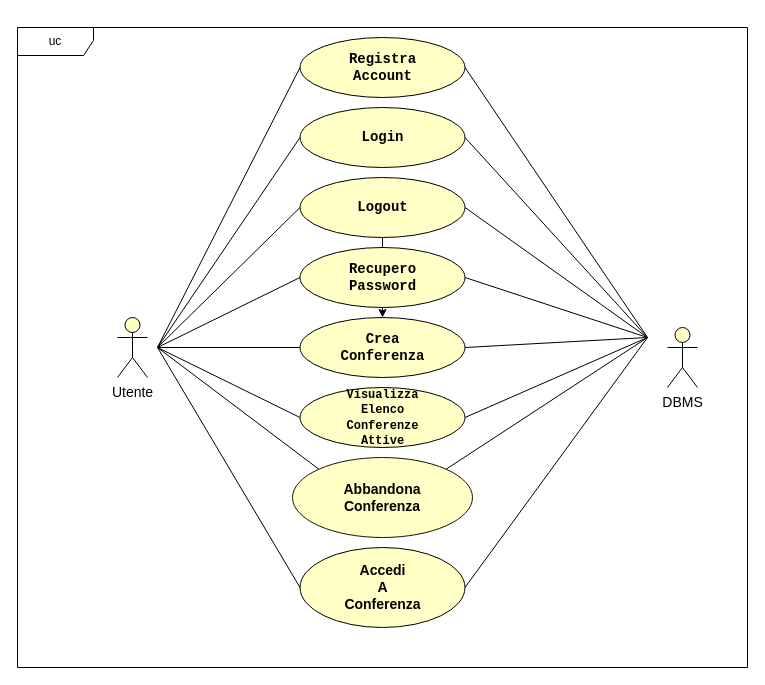
Before: RAD/raw/GestioneAccount.drawio in Gabro29/IngegneriaSoftware, a draw.io diagram. Source tidied: cells renumbered, new cells numbered last; positions are measured from the earlier drawing's top-left corner, leaving out a move shared by most shapes. Both pictures are drawn from the tidied source at 100%, with x=0, y=0 at pixel (17, 27).
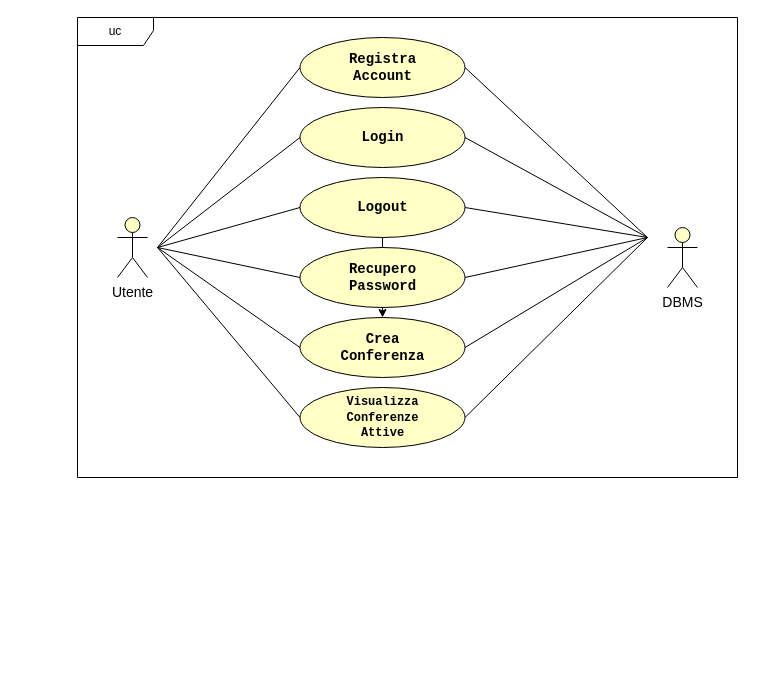
After the change.

The change refers to these unchanged cells:
```xml
<mxCell id="3" value="&lt;font style=&quot;color: light-dark(rgb(0, 0, 0), rgb(0, 0, 0));&quot; face=&quot;Courier New&quot;&gt;&lt;span style=&quot;font-size: 14px;&quot;&gt;&lt;b&gt;Login&lt;/b&gt;&lt;/span&gt;&lt;/font&gt;" style="ellipse;whiteSpace=wrap;html=1;fillColor=light-dark(#FFFFC6,#FDF89C);strokeColor=light-dark(#000000,#000000);gradientColor=none;" parent="1" vertex="1">
  <mxGeometry x="282.5" y="80" width="165" height="60" as="geometry" />
</mxCell>
<mxCell id="4" value="&lt;font style=&quot;color: light-dark(rgb(0, 0, 0), rgb(0, 0, 0));&quot; face=&quot;Courier New&quot;&gt;&lt;span style=&quot;font-size: 14px;&quot;&gt;&lt;b&gt;Registra&lt;/b&gt;&lt;/span&gt;&lt;/font&gt;&lt;div&gt;&lt;font style=&quot;color: light-dark(rgb(0, 0, 0), rgb(0, 0, 0));&quot; face=&quot;Courier New&quot;&gt;&lt;span style=&quot;font-size: 14px;&quot;&gt;&lt;b&gt;Account&lt;/b&gt;&lt;/span&gt;&lt;/font&gt;&lt;/div&gt;" style="ellipse;whiteSpace=wrap;html=1;fillColor=light-dark(#FFFFC6,#FDF89C);strokeColor=light-dark(#000000,#000000);" parent="1" vertex="1">
  <mxGeometry x="282.5" y="10" width="165" height="60" as="geometry" />
</mxCell>
<mxCell id="6" value="&lt;font style=&quot;color: light-dark(rgb(0, 0, 0), rgb(0, 0, 0));&quot; face=&quot;Courier New&quot;&gt;&lt;span style=&quot;font-size: 14px;&quot;&gt;&lt;b&gt;Logout&lt;/b&gt;&lt;/span&gt;&lt;/font&gt;" style="ellipse;whiteSpace=wrap;html=1;fillColor=light-dark(#FFFFC6,#FDF89C);strokeColor=light-dark(#000000,#000000);" parent="1" vertex="1">
  <mxGeometry x="282.5" y="150" width="165" height="60" as="geometry" />
</mxCell>
<mxCell id="7" value="&lt;font face=&quot;Courier New&quot; style=&quot;color: light-dark(rgb(0, 0, 0), rgb(0, 0, 0));&quot;&gt;&lt;span style=&quot;font-size: 14px;&quot;&gt;&lt;b style=&quot;&quot;&gt;Recupero&lt;/b&gt;&lt;/span&gt;&lt;/font&gt;&lt;div&gt;&lt;font face=&quot;Courier New&quot; style=&quot;color: light-dark(rgb(0, 0, 0), rgb(0, 0, 0));&quot;&gt;&lt;span style=&quot;font-size: 14px;&quot;&gt;&lt;b style=&quot;&quot;&gt;Password&lt;/b&gt;&lt;/span&gt;&lt;/font&gt;&lt;/div&gt;" style="ellipse;whiteSpace=wrap;html=1;fillColor=light-dark(#FFFFC6,#FDF89C);strokeColor=light-dark(#000000,#000000);" parent="1" vertex="1">
  <mxGeometry x="282.5" y="220" width="165" height="60" as="geometry" />
</mxCell>
<mxCell id="8" value="&lt;font face=&quot;Courier New&quot; style=&quot;color: light-dark(rgb(0, 0, 0), rgb(0, 0, 0));&quot;&gt;&lt;span style=&quot;font-size: 14px;&quot;&gt;&lt;b style=&quot;&quot;&gt;Crea&lt;/b&gt;&lt;/span&gt;&lt;/font&gt;&lt;div&gt;&lt;font face=&quot;Courier New&quot; style=&quot;color: light-dark(rgb(0, 0, 0), rgb(0, 0, 0));&quot;&gt;&lt;span style=&quot;font-size: 14px;&quot;&gt;&lt;b style=&quot;&quot;&gt;Conferenza&lt;/b&gt;&lt;/span&gt;&lt;/font&gt;&lt;/div&gt;" style="ellipse;whiteSpace=wrap;html=1;fillColor=light-dark(#FFFFC6,#FDF89C);strokeColor=light-dark(#000000,#000000);" parent="1" vertex="1">
  <mxGeometry x="282.5" y="290" width="165" height="60" as="geometry" />
</mxCell>
```

Change to the diagram source:
```diff
@@
     <mxCell id="2" value="&lt;span style=&quot;font-size: 14px;&quot;&gt;&lt;font face=&quot;Helvetica&quot; style=&quot;color: light-dark(rgb(0, 0, 0), rgb(0, 0, 0));&quot;&gt;Utente&lt;/font&gt;&lt;/span&gt;" style="shape=umlActor;verticalLabelPosition=bottom;verticalAlign=top;html=1;strokeColor=light-dark(#000000,#000000);fillColor=light-dark(#FFFFC6,#FDF89C);" parent="1" vertex="1">
-      <mxGeometry x="100" y="290" width="30" height="60" as="geometry" />
+      <mxGeometry x="100" y="190" width="30" height="60" as="geometry" />
     </mxCell>
@@
-    <mxCell id="9" value="&lt;font face=&quot;Courier New&quot; style=&quot;color: light-dark(rgb(0, 0, 0), rgb(0, 0, 0));&quot;&gt;&lt;b style=&quot;&quot;&gt;Visualizza&lt;/b&gt;&lt;/font&gt;&lt;div&gt;&lt;font face=&quot;Courier New&quot; style=&quot;color: light-dark(rgb(0, 0, 0), rgb(0, 0, 0));&quot;&gt;&lt;b&gt;Elenco&lt;/b&gt;&lt;/font&gt;&lt;/div&gt;&lt;div&gt;&lt;font face=&quot;Courier New&quot; style=&quot;color: light-dark(rgb(0, 0, 0), rgb(0, 0, 0));&quot;&gt;&lt;b&gt;Conferenze&lt;/b&gt;&lt;/font&gt;&lt;/div&gt;&lt;div&gt;&lt;font face=&quot;Courier New&quot; style=&quot;color: light-dark(rgb(0, 0, 0), rgb(0, 0, 0));&quot;&gt;&lt;b style=&quot;&quot;&gt;Attive&lt;/b&gt;&lt;/font&gt;&lt;/div&gt;" style="ellipse;whiteSpace=wrap;html=1;fillColor=light-dark(#FFFFC6,#FDF89C);strokeColor=light-dark(#000000,#000000);" parent="1" vertex="1">
+    <mxCell id="9" value="&lt;font face=&quot;Courier New&quot; style=&quot;color: light-dark(rgb(0, 0, 0), rgb(0, 0, 0));&quot;&gt;&lt;b style=&quot;&quot;&gt;Visualizza&lt;/b&gt;&lt;/font&gt;&lt;div&gt;&lt;font face=&quot;Courier New&quot; style=&quot;color: light-dark(rgb(0, 0, 0), rgb(0, 0, 0));&quot;&gt;&lt;b&gt;Conferenze&lt;/b&gt;&lt;/font&gt;&lt;/div&gt;&lt;div&gt;&lt;font face=&quot;Courier New&quot; style=&quot;color: light-dark(rgb(0, 0, 0), rgb(0, 0, 0));&quot;&gt;&lt;b style=&quot;&quot;&gt;Attive&lt;/b&gt;&lt;/font&gt;&lt;/div&gt;" style="ellipse;whiteSpace=wrap;html=1;fillColor=light-dark(#FFFFC6,#FDF89C);strokeColor=light-dark(#000000,#000000);" parent="1" vertex="1">
       <mxGeometry x="282.5" y="360" width="165" height="60" as="geometry" />
     </mxCell>
     <mxCell id="10" value="uc" style="shape=umlFrame;whiteSpace=wrap;html=1;strokeColor=light-dark(#000000,#000000);width=76;height=28;" parent="1" vertex="1">
-      <mxGeometry width="730" height="640" as="geometry" />
+      <mxGeometry x="60" y="-10" width="660" height="460" as="geometry" />
     </mxCell>
     <mxCell id="11" style="endArrow=none;html=1;rounded=0;strokeColor=light-dark(#000000,#000000);endFill=0;strokeWidth=1;startSize=6;jumpSize=6;targetPerimeterSpacing=0;endSize=6;entryX=1;entryY=0.5;entryDx=0;entryDy=0;startFill=0;" parent="1" edge="1" target="4">
       <mxGeometry relative="1" as="geometry">
-        <mxPoint x="630" y="310" as="sourcePoint" />
+        <mxPoint x="630" y="210" as="sourcePoint" />
       </mxGeometry>
     </mxCell>
     <mxCell id="12" style="endArrow=none;html=1;rounded=0;strokeColor=light-dark(#000000,#000000);endFill=0;strokeWidth=1;startSize=6;jumpSize=6;targetPerimeterSpacing=0;endSize=6;entryX=1;entryY=0.5;entryDx=0;entryDy=0;startFill=0;" parent="1" edge="1" target="3">
       <mxGeometry relative="1" as="geometry">
-        <mxPoint x="630" y="310" as="sourcePoint" />
+        <mxPoint x="630" y="210" as="sourcePoint" />
       </mxGeometry>
     </mxCell>
     <mxCell id="13" style="endArrow=none;html=1;rounded=0;strokeColor=light-dark(#000000,#000000);endFill=0;strokeWidth=1;startSize=6;jumpSize=6;targetPerimeterSpacing=0;endSize=6;entryX=1;entryY=0.5;entryDx=0;entryDy=0;startFill=0;" parent="1" edge="1" target="6">
       <mxGeometry relative="1" as="geometry">
-        <mxPoint x="630" y="310" as="sourcePoint" />
+        <mxPoint x="630" y="210" as="sourcePoint" />
       </mxGeometry>
     </mxCell>
     <mxCell id="14" style="endArrow=none;html=1;rounded=0;strokeColor=light-dark(#000000,#000000);endFill=0;strokeWidth=1;startSize=6;jumpSize=6;targetPerimeterSpacing=0;endSize=6;entryX=1;entryY=0.5;entryDx=0;entryDy=0;startFill=0;" parent="1" edge="1" target="7">
       <mxGeometry relative="1" as="geometry">
-        <mxPoint x="630" y="310" as="sourcePoint" />
+        <mxPoint x="630" y="210" as="sourcePoint" />
       </mxGeometry>
     </mxCell>
     <mxCell id="15" style="endArrow=none;html=1;rounded=0;strokeColor=light-dark(#000000,#000000);endFill=0;strokeWidth=1;startSize=6;jumpSize=6;targetPerimeterSpacing=0;endSize=6;entryX=1;entryY=0.5;entryDx=0;entryDy=0;startFill=0;" parent="1" edge="1" target="8">
       <mxGeometry relative="1" as="geometry">
-        <mxPoint x="630" y="310" as="sourcePoint" />
+        <mxPoint x="630" y="210" as="sourcePoint" />
       </mxGeometry>
     </mxCell>
     <mxCell id="16" style="endArrow=none;html=1;rounded=0;strokeColor=light-dark(#000000,#000000);endFill=0;strokeWidth=1;startSize=6;jumpSize=6;targetPerimeterSpacing=0;endSize=6;entryX=1;entryY=0.5;entryDx=0;entryDy=0;startFill=0;" parent="1" edge="1" target="9">
       <mxGeometry relative="1" as="geometry">
-        <mxPoint x="630" y="310" as="sourcePoint" />
+        <mxPoint x="630" y="210" as="sourcePoint" />
       </mxGeometry>
     </mxCell>
     <mxCell id="17" value="&lt;div&gt;&lt;span style=&quot;font-size: 14px;&quot;&gt;&lt;font face=&quot;Helvetica&quot; style=&quot;color: light-dark(rgb(0, 0, 0), rgb(0, 0, 0));&quot;&gt;DBMS&lt;/font&gt;&lt;/span&gt;&lt;/div&gt;&lt;div&gt;&lt;span style=&quot;font-size: 14px;&quot;&gt;&lt;br&gt;&lt;/span&gt;&lt;/div&gt;" style="shape=umlActor;verticalLabelPosition=bottom;verticalAlign=top;html=1;strokeColor=light-dark(#000000,#000000);fillColor=light-dark(#FFFFC6,#FDF89C);" parent="1" vertex="1">
-      <mxGeometry x="650" y="300" width="30" height="60" as="geometry" />
+      <mxGeometry x="650" y="200" width="30" height="60" as="geometry" />
     </mxCell>
     <mxCell id="18" style="endArrow=none;html=1;rounded=0;strokeColor=light-dark(#000000,#000000);endFill=0;strokeWidth=1;startSize=6;jumpSize=6;targetPerimeterSpacing=0;endSize=6;entryX=0;entryY=0.5;entryDx=0;entryDy=0;startFill=0;" parent="1" edge="1" target="9">
       <mxGeometry relative="1" as="geometry">
-        <mxPoint x="140" y="320" as="sourcePoint" />
+        <mxPoint x="140" y="220" as="sourcePoint" />
       </mxGeometry>
     </mxCell>
     <mxCell id="19" style="endArrow=none;html=1;rounded=0;strokeColor=light-dark(#000000,#000000);endFill=0;strokeWidth=1;startSize=6;jumpSize=6;targetPerimeterSpacing=0;endSize=6;entryX=0;entryY=0.5;entryDx=0;entryDy=0;startFill=0;" parent="1" edge="1" target="8">
       <mxGeometry relative="1" as="geometry">
-        <mxPoint x="140" y="320" as="sourcePoint" />
+        <mxPoint x="140" y="220" as="sourcePoint" />
       </mxGeometry>
     </mxCell>
     <mxCell id="20" style="endArrow=none;html=1;rounded=0;strokeColor=light-dark(#000000,#000000);endFill=0;strokeWidth=1;startSize=6;jumpSize=6;targetPerimeterSpacing=0;endSize=6;startFill=0;entryX=0;entryY=0.5;entryDx=0;entryDy=0;" parent="1" edge="1" target="7">
       <mxGeometry relative="1" as="geometry">
-        <mxPoint x="140" y="320" as="sourcePoint" />
+        <mxPoint x="140" y="220" as="sourcePoint" />
       </mxGeometry>
     </mxCell>
     <mxCell id="21" style="endArrow=none;html=1;rounded=0;strokeColor=light-dark(#000000,#000000);endFill=0;strokeWidth=1;startSize=6;jumpSize=6;targetPerimeterSpacing=0;endSize=6;startFill=0;entryX=0;entryY=0.5;entryDx=0;entryDy=0;" parent="1" edge="1" target="6">
       <mxGeometry relative="1" as="geometry">
-        <mxPoint x="140" y="320" as="sourcePoint" />
+        <mxPoint x="140" y="220" as="sourcePoint" />
       </mxGeometry>
     </mxCell>
     <mxCell id="22" style="endArrow=none;html=1;rounded=0;strokeColor=light-dark(#000000,#000000);endFill=0;strokeWidth=1;startSize=6;jumpSize=6;targetPerimeterSpacing=0;endSize=6;startFill=0;entryX=0;entryY=0.5;entryDx=0;entryDy=0;" parent="1" edge="1" target="3">
       <mxGeometry relative="1" as="geometry">
-        <mxPoint x="140" y="320" as="sourcePoint" />
+        <mxPoint x="140" y="220" as="sourcePoint" />
       </mxGeometry>
     </mxCell>
     <mxCell id="23" style="endArrow=none;html=1;rounded=0;strokeColor=light-dark(#000000,#000000);endFill=0;strokeWidth=1;startSize=6;jumpSize=6;targetPerimeterSpacing=0;endSize=6;startFill=0;entryX=0;entryY=0.5;entryDx=0;entryDy=0;" parent="1" edge="1" target="4">
       <mxGeometry relative="1" as="geometry">
-        <mxPoint x="140" y="320" as="sourcePoint" />
+        <mxPoint x="140" y="220" as="sourcePoint" />
       </mxGeometry>
     </mxCell>
-    <mxCell id="24" value="&lt;b&gt;&lt;font style=&quot;font-size: 14px;&quot;&gt;Abbandona&lt;/font&gt;&lt;/b&gt;&lt;div&gt;&lt;b&gt;&lt;font style=&quot;font-size: 14px;&quot;&gt;Conferenza&lt;/font&gt;&lt;/b&gt;&lt;/div&gt;" style="ellipse;whiteSpace=wrap;html=1;fillColor=#FFFFC6;strokeColor=light-dark(#141310, #6d5100);" parent="1" vertex="1">
-      <mxGeometry x="275" y="430" width="180" height="80" as="geometry" />
-    </mxCell>
-    <mxCell id="25" style="endArrow=none;html=1;rounded=0;exitX=1;exitY=0;exitDx=0;exitDy=0;" parent="1" edge="1" source="24">
-      <mxGeometry relative="1" as="geometry">
-        <mxPoint x="630" y="310" as="targetPoint" />
-      </mxGeometry>
-    </mxCell>
-    <mxCell id="26" style="endArrow=none;html=1;rounded=0;entryX=0;entryY=0;entryDx=0;entryDy=0;" parent="1" edge="1" target="24">
-      <mxGeometry relative="1" as="geometry">
-        <mxPoint x="140" y="320" as="sourcePoint" />
-      </mxGeometry>
-    </mxCell>
-    <mxCell id="27" value="&lt;font style=&quot;font-size: 14px;&quot;&gt;&lt;b&gt;Accedi&lt;/b&gt;&lt;/font&gt;&lt;div&gt;&lt;font style=&quot;font-size: 14px;&quot;&gt;&lt;b&gt;A&lt;/b&gt;&lt;/font&gt;&lt;/div&gt;&lt;div&gt;&lt;font style=&quot;font-size: 14px;&quot;&gt;&lt;b&gt;Conferenza&lt;/b&gt;&lt;/font&gt;&lt;/div&gt;" style="ellipse;whiteSpace=wrap;html=1;fillColor=#FFFFC6;" parent="1" vertex="1">
-      <mxGeometry x="282.5" y="520" width="165" height="80" as="geometry" />
-    </mxCell>
-    <mxCell id="28" style="endArrow=none;html=1;rounded=0;exitX=1;exitY=0.5;exitDx=0;exitDy=0;" parent="1" edge="1" source="27">
-      <mxGeometry relative="1" as="geometry">
-        <mxPoint x="630" y="310" as="targetPoint" />
-      </mxGeometry>
-    </mxCell>
-    <mxCell id="29" style="endArrow=none;html=1;rounded=0;entryX=0;entryY=0.5;entryDx=0;entryDy=0;" parent="1" edge="1" target="27">
-      <mxGeometry relative="1" as="geometry">
-        <mxPoint x="140" y="320" as="sourcePoint" />
-      </mxGeometry>
-    </mxCell>
```
